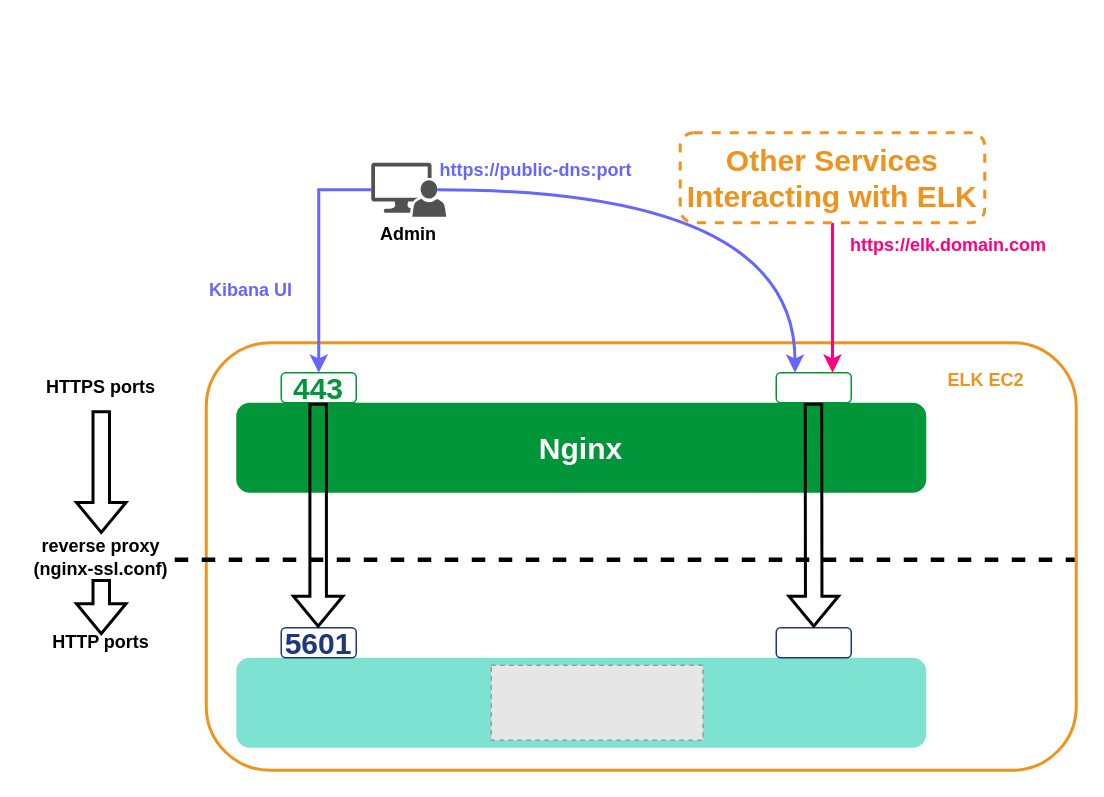
This is docs/docs/img/elk-deployment-diagram.drawio from QubitPi/hashistack, a draw.io file, before an edit. Source tidied: cells renumbered, new cells numbered last; positions are measured from the earlier drawing's top-left corner, leaving out a move shared by most shapes. Both pictures are drawn from the tidied source at 150%, with x=0, y=0 at pixel (26, 132). Pictures stored in the file or linked from it are replaced by grey dashed boxes.
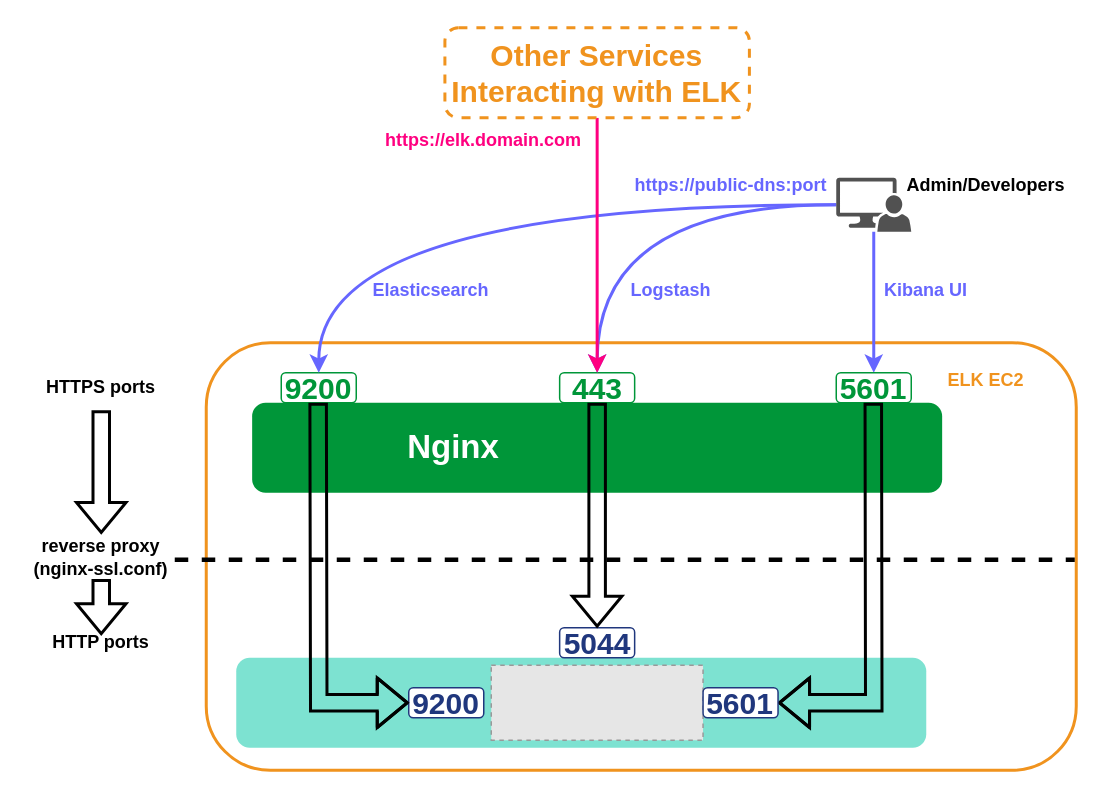
The same page after the edit.

The edit, as a diff of the source:
```diff
@@
-    <mxCell id="4" value="&lt;font style=&quot;font-size: 20px;&quot; color=&quot;#ffffff&quot;&gt;&lt;span&gt;Nginx&lt;/span&gt;&lt;/font&gt;" style="rounded=1;whiteSpace=wrap;html=1;fillColor=#009639;strokeColor=none;strokeWidth=5;fontFamily=Ubuntu;fontStyle=1;" parent="1" vertex="1">
-      <mxGeometry x="140" y="180" width="460" height="60" as="geometry" />
+    <mxCell id="4" style="rounded=1;whiteSpace=wrap;html=1;fillColor=#009639;strokeColor=none;strokeWidth=5;fontFamily=Ubuntu;fontStyle=1;" parent="1" vertex="1">
+      <mxGeometry x="150.6" y="180" width="460" height="60" as="geometry" />
     </mxCell>
-    <mxCell id="5" value="&lt;font color=&quot;#009639&quot; size=&quot;1&quot;&gt;&lt;span style=&quot;font-size: 20px;&quot;&gt;443&lt;/span&gt;&lt;/font&gt;" style="rounded=1;whiteSpace=wrap;html=1;strokeColor=#009639;strokeWidth=1;fontFamily=Ubuntu;fontStyle=1;" parent="1" vertex="1">
+    <mxCell id="5" value="&lt;font color=&quot;#009639&quot; size=&quot;1&quot;&gt;&lt;span style=&quot;font-size: 20px;&quot;&gt;9200&lt;/span&gt;&lt;/font&gt;" style="rounded=1;whiteSpace=wrap;html=1;strokeColor=#009639;strokeWidth=1;fontFamily=Ubuntu;fontStyle=1;" parent="1" vertex="1">
       <mxGeometry x="170" y="160" width="50" height="20" as="geometry" />
     </mxCell>
-    <mxCell id="6" style="rounded=1;whiteSpace=wrap;html=1;strokeColor=#009639;strokeWidth=1;fontFamily=Ubuntu;fontStyle=1;" parent="1" vertex="1">
-      <mxGeometry x="500" y="160" width="50" height="20" as="geometry" />
+    <mxCell id="6" value="&lt;font color=&quot;#009639&quot; style=&quot;font-size: 20px;&quot;&gt;443&lt;/font&gt;" style="rounded=1;whiteSpace=wrap;html=1;strokeColor=#009639;strokeWidth=1;fontFamily=Ubuntu;fontStyle=1;" parent="1" vertex="1">
+      <mxGeometry x="355.6" y="160" width="50" height="20" as="geometry" />
     </mxCell>
-    <mxCell id="7" style="rounded=1;whiteSpace=wrap;html=1;strokeColor=#20377D;fontFamily=Ubuntu;fontStyle=1;" parent="1" vertex="1">
-      <mxGeometry x="500" y="330" width="50" height="20" as="geometry" />
+    <mxCell id="7" value="&lt;div style=&quot;&quot;&gt;&lt;font color=&quot;#20377d&quot; style=&quot;font-size: 20px;&quot; face=&quot;Ubuntu&quot;&gt;5044&lt;/font&gt;&lt;/div&gt;" style="rounded=1;whiteSpace=wrap;html=1;strokeColor=#20377D;fontFamily=Ubuntu;fontStyle=1;" parent="1" vertex="1">
+      <mxGeometry x="355.6" y="330" width="50" height="20" as="geometry" />
     </mxCell>
-    <mxCell id="8" style="shape=flexArrow;endArrow=classic;html=1;rounded=0;entryX=0.5;entryY=0;entryDx=0;entryDy=0;strokeWidth=2;fontFamily=Ubuntu;fontStyle=1;" parent="1" edge="1" target="7">
-      <mxGeometry relative="1" as="geometry">
-        <mxPoint x="524.8" y="180" as="sourcePoint" />
-      </mxGeometry>
+    <mxCell id="8" style="shape=flexArrow;endArrow=classic;html=1;rounded=0;entryX=0.5;entryY=0;entryDx=0;entryDy=0;strokeWidth=2;fontFamily=Ubuntu;fontStyle=1;exitX=0.5;exitY=0;exitDx=0;exitDy=0;" parent="1" edge="1" source="4" target="7">
+      <mxGeometry relative="1" as="geometry" />
     </mxCell>
@@
-    <mxCell id="15" value="&lt;font color=&quot;#20377d&quot; size=&quot;1&quot;&gt;&lt;span style=&quot;font-size: 20px;&quot;&gt;5601&lt;/span&gt;&lt;/font&gt;" style="rounded=1;whiteSpace=wrap;html=1;strokeColor=#20377D;strokeWidth=1;fontFamily=Ubuntu;fontStyle=1;" parent="1" vertex="1">
-      <mxGeometry x="170" y="330" width="50" height="20" as="geometry" />
+    <mxCell id="15" value="&lt;font color=&quot;#20377d&quot; size=&quot;1&quot;&gt;&lt;span style=&quot;font-size: 20px;&quot;&gt;9200&lt;/span&gt;&lt;/font&gt;" style="rounded=1;whiteSpace=wrap;html=1;strokeColor=#20377D;strokeWidth=1;fontFamily=Ubuntu;fontStyle=1;" parent="1" vertex="1">
+      <mxGeometry x="255" y="370" width="50" height="20" as="geometry" />
     </mxCell>
-    <mxCell id="16" style="edgeStyle=orthogonalEdgeStyle;rounded=0;jettySize=auto;html=1;strokeWidth=2;strokeColor=#6666FF;fontFamily=Ubuntu;fontStyle=1;" parent="1" edge="1" source="18" target="5">
+    <mxCell id="16" style="edgeStyle=orthogonalEdgeStyle;rounded=0;jettySize=auto;html=1;strokeWidth=2;strokeColor=#6666FF;fontFamily=Ubuntu;fontStyle=1;entryX=0.5;entryY=0;entryDx=0;entryDy=0;" parent="1" edge="1" source="18" target="29">
       <mxGeometry relative="1" as="geometry" />
     </mxCell>
-    <mxCell id="17" style="edgeStyle=orthogonalEdgeStyle;rounded=0;jettySize=auto;html=1;exitX=0.88;exitY=0.5;exitDx=0;exitDy=0;exitPerimeter=0;entryX=0.25;entryY=0;entryDx=0;entryDy=0;curved=1;strokeWidth=2;strokeColor=#6666FF;fontFamily=Ubuntu;fontStyle=1;" parent="1" edge="1" source="18" target="6">
+    <mxCell id="17" style="edgeStyle=orthogonalEdgeStyle;rounded=0;jettySize=auto;html=1;exitX=0;exitY=0.5;exitDx=0;exitDy=0;exitPerimeter=0;entryX=0.5;entryY=0;entryDx=0;entryDy=0;curved=1;strokeWidth=2;strokeColor=#6666FF;fontFamily=Ubuntu;fontStyle=1;" parent="1" edge="1" source="18" target="6">
       <mxGeometry relative="1" as="geometry" />
     </mxCell>
+    <mxCell id="28" style="edgeStyle=orthogonalEdgeStyle;rounded=0;jettySize=auto;html=1;curved=1;strokeColor=#6666FF;strokeWidth=2;" parent="1" edge="1" source="18" target="5">
+      <mxGeometry relative="1" as="geometry" />
+    </mxCell>
     <mxCell id="18" style="sketch=0;shadow=0;dashed=0;html=1;strokeColor=none;labelPosition=center;verticalLabelPosition=bottom;verticalAlign=top;align=center;fillColor=#515151;shape=mxgraph.mscae.system_center.admin_console;fontFamily=Ubuntu;fontStyle=1;" parent="1" vertex="1">
-      <mxGeometry x="230" y="20" width="50" height="36" as="geometry" />
+      <mxGeometry x="540" y="30" width="50" height="36" as="geometry" />
     </mxCell>
-    <mxCell id="19" value="&lt;font&gt;&lt;span&gt;Admin&lt;br&gt;&lt;br&gt;&lt;/span&gt;&lt;/font&gt;" style="text;html=1;strokeColor=none;fillColor=none;align=center;verticalAlign=middle;whiteSpace=wrap;rounded=0;fontFamily=Ubuntu;fontStyle=1;" parent="1" vertex="1">
-      <mxGeometry x="205" y="60" width="100" height="30" as="geometry" />
+    <mxCell id="19" value="&lt;font&gt;&lt;span&gt;Admin/Developers&lt;br&gt;&lt;/span&gt;&lt;/font&gt;" style="text;html=1;strokeColor=none;fillColor=none;align=center;verticalAlign=middle;whiteSpace=wrap;rounded=0;fontFamily=Ubuntu;fontStyle=1;" parent="1" vertex="1">
+      <mxGeometry x="590" y="20" width="100" height="30" as="geometry" />
     </mxCell>
     <mxCell id="20" value="&lt;font&gt;&lt;span&gt;Kibana UI&lt;br&gt;&lt;/span&gt;&lt;/font&gt;" style="text;html=1;strokeColor=none;fillColor=none;align=center;verticalAlign=middle;whiteSpace=wrap;rounded=0;fontColor=#6666FF;fontFamily=Ubuntu;fontStyle=1;" parent="1" vertex="1">
-      <mxGeometry x="100" y="90" width="100" height="30" as="geometry" />
+      <mxGeometry x="550" y="90" width="100" height="30" as="geometry" />
     </mxCell>
-    <mxCell id="21" style="edgeStyle=orthogonalEdgeStyle;rounded=0;jettySize=auto;html=1;exitX=0.5;exitY=1;exitDx=0;exitDy=0;entryX=0.75;entryY=0;entryDx=0;entryDy=0;strokeWidth=2;strokeColor=#FF0080;fontFamily=Ubuntu;fontStyle=1;" parent="1" edge="1" source="22" target="6">
+    <mxCell id="21" style="edgeStyle=orthogonalEdgeStyle;rounded=0;jettySize=auto;html=1;exitX=0.5;exitY=1;exitDx=0;exitDy=0;entryX=0.5;entryY=0;entryDx=0;entryDy=0;strokeWidth=2;strokeColor=#FF0080;fontFamily=Ubuntu;fontStyle=1;" parent="1" edge="1" source="22" target="6">
       <mxGeometry relative="1" as="geometry" />
     </mxCell>
     <mxCell id="22" value="&lt;font color=&quot;#f0931e&quot; style=&quot;font-size: 20px;&quot;&gt;&lt;span&gt;Other Services&lt;br&gt;Interacting with ELK&lt;br&gt;&lt;/span&gt;&lt;/font&gt;" style="rounded=1;whiteSpace=wrap;html=1;strokeWidth=2;strokeColor=#F0931E;fontFamily=Ubuntu;fontStyle=1;dashed=1;" parent="1" vertex="1">
-      <mxGeometry x="436" width="203" height="60" as="geometry" />
+      <mxGeometry x="279.1" y="-70" width="203" height="60" as="geometry" />
     </mxCell>
-    <mxCell id="23" style="shape=flexArrow;endArrow=classic;html=1;rounded=0;entryX=0.5;entryY=0;entryDx=0;entryDy=0;strokeWidth=2;fontFamily=Ubuntu;fontStyle=1;" parent="1" edge="1">
+    <mxCell id="23" style="shape=flexArrow;endArrow=classic;html=1;rounded=0;entryX=0;entryY=0.5;entryDx=0;entryDy=0;strokeWidth=2;fontFamily=Ubuntu;fontStyle=1;" parent="1" edge="1" target="15">
       <mxGeometry relative="1" as="geometry">
         <mxPoint x="194.6" y="180" as="sourcePoint" />
-        <mxPoint x="194.6" y="330" as="targetPoint" />
+        <Array as="points">
+          <mxPoint x="195" y="380" />
+        </Array>
       </mxGeometry>
     </mxCell>
@@
     <mxCell id="25" value="&lt;font&gt;&lt;span&gt;&lt;font color=&quot;#ff0080&quot;&gt;https://elk.domain.com&lt;/font&gt;&lt;br&gt;&lt;/span&gt;&lt;/font&gt;" style="text;html=1;strokeColor=none;fillColor=none;align=center;verticalAlign=middle;whiteSpace=wrap;rounded=0;fontFamily=Ubuntu;fontStyle=1;" parent="1" vertex="1">
-      <mxGeometry x="550" y="60" width="130" height="30" as="geometry" />
+      <mxGeometry x="240" y="-10" width="130" height="30" as="geometry" />
     </mxCell>
     <mxCell id="26" value="&lt;font&gt;&lt;span&gt;&lt;font color=&quot;#6666ff&quot;&gt;https://public-dns:port&lt;/font&gt;&lt;br&gt;&lt;/span&gt;&lt;/font&gt;" style="text;html=1;strokeColor=none;fillColor=none;align=center;verticalAlign=middle;whiteSpace=wrap;rounded=0;fontFamily=Ubuntu;fontStyle=1;" parent="1" vertex="1">
-      <mxGeometry x="260" y="10" width="160" height="30" as="geometry" />
+      <mxGeometry x="390" y="20" width="160" height="30" as="geometry" />
     </mxCell>
@@
+    <mxCell id="29" value="&lt;font color=&quot;#009639&quot; size=&quot;1&quot;&gt;&lt;span style=&quot;font-size: 20px;&quot;&gt;5601&lt;/span&gt;&lt;/font&gt;" style="rounded=1;whiteSpace=wrap;html=1;strokeColor=#009639;strokeWidth=1;fontFamily=Ubuntu;fontStyle=1;" parent="1" vertex="1">
+      <mxGeometry x="540" y="160" width="50" height="20" as="geometry" />
+    </mxCell>
+    <mxCell id="30" style="shape=flexArrow;endArrow=classic;html=1;rounded=0;entryX=1;entryY=0.5;entryDx=0;entryDy=0;strokeWidth=2;fontFamily=Ubuntu;fontStyle=1;exitX=0.5;exitY=0;exitDx=0;exitDy=0;" parent="1" edge="1" target="31">
+      <mxGeometry relative="1" as="geometry">
+        <mxPoint x="564.7" y="180" as="sourcePoint" />
+        <Array as="points">
+          <mxPoint x="565" y="380" />
+        </Array>
+      </mxGeometry>
+    </mxCell>
+    <mxCell id="31" value="&lt;font color=&quot;#20377d&quot; size=&quot;1&quot;&gt;&lt;span style=&quot;font-size: 20px;&quot;&gt;5601&lt;/span&gt;&lt;/font&gt;" style="rounded=1;whiteSpace=wrap;html=1;strokeColor=#20377D;strokeWidth=1;fontFamily=Ubuntu;fontStyle=1;" parent="1" vertex="1">
+      <mxGeometry x="451.2" y="370" width="50" height="20" as="geometry" />
+    </mxCell>
+    <mxCell id="32" value="&lt;font&gt;&lt;span&gt;Elasticsearch&lt;br&gt;&lt;/span&gt;&lt;/font&gt;" style="text;html=1;strokeColor=none;fillColor=none;align=center;verticalAlign=middle;whiteSpace=wrap;rounded=0;fontColor=#6666FF;fontFamily=Ubuntu;fontStyle=1;" parent="1" vertex="1">
+      <mxGeometry x="220" y="90" width="100" height="30" as="geometry" />
+    </mxCell>
+    <mxCell id="33" value="&lt;font&gt;&lt;span&gt;Logstash&lt;br&gt;&lt;/span&gt;&lt;/font&gt;" style="text;html=1;strokeColor=none;fillColor=none;align=center;verticalAlign=middle;whiteSpace=wrap;rounded=0;fontColor=#6666FF;fontFamily=Ubuntu;fontStyle=1;" parent="1" vertex="1">
+      <mxGeometry x="380" y="90" width="100" height="30" as="geometry" />
+    </mxCell>
+    <mxCell id="34" value="&lt;font size=&quot;1&quot; color=&quot;#ffffff&quot; face=&quot;Ubuntu&quot;&gt;&lt;b style=&quot;font-size: 22px;&quot;&gt;Nginx&lt;/b&gt;&lt;/font&gt;" style="text;html=1;align=center;verticalAlign=middle;whiteSpace=wrap;rounded=0;" parent="1" vertex="1">
+      <mxGeometry x="255" y="195" width="60" height="30" as="geometry" />
+    </mxCell>
```
